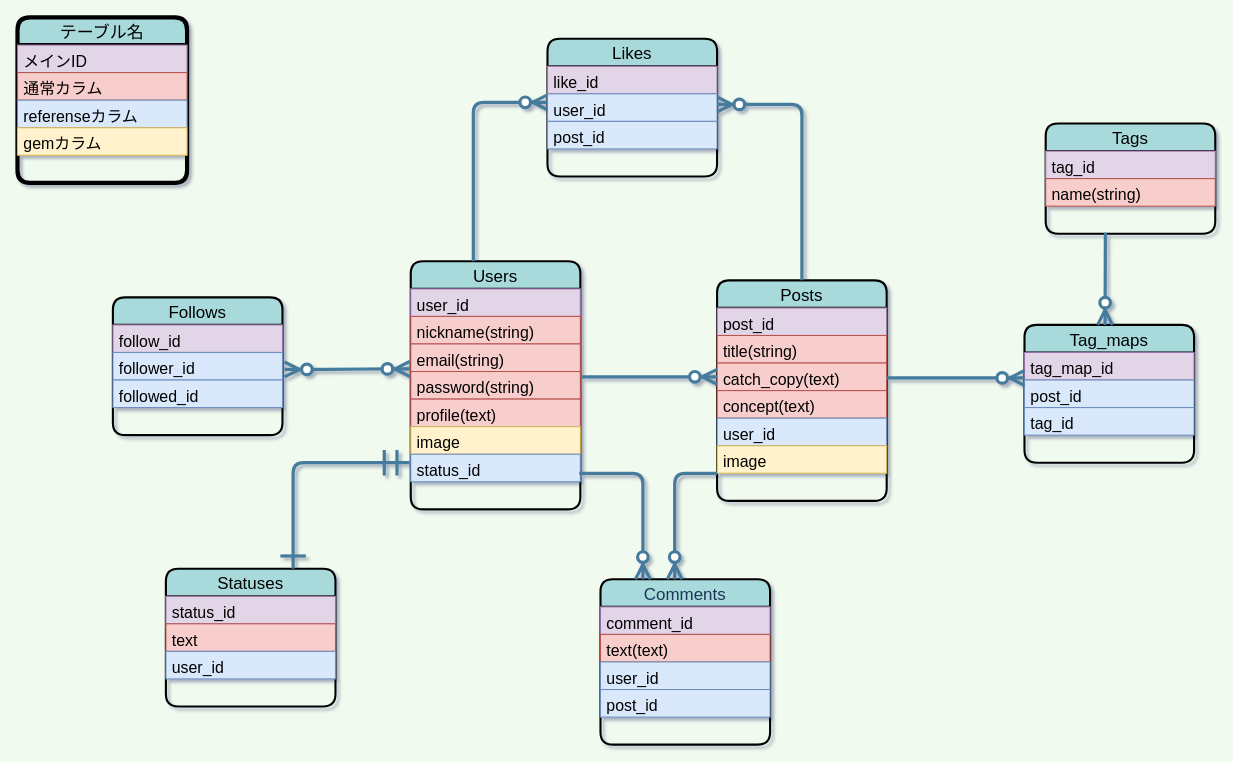
This is ER図.dio from Ryuji-Ichikawa/fit-care-health, a draw.io file, before an edit. Source tidied: cells renumbered, new cells numbered last; positions are measured from the earlier drawing's top-left corner, leaving out a move shared by most shapes. Both pictures are drawn from the tidied source at 106%, with x=0, y=0 at pixel (17, 17).
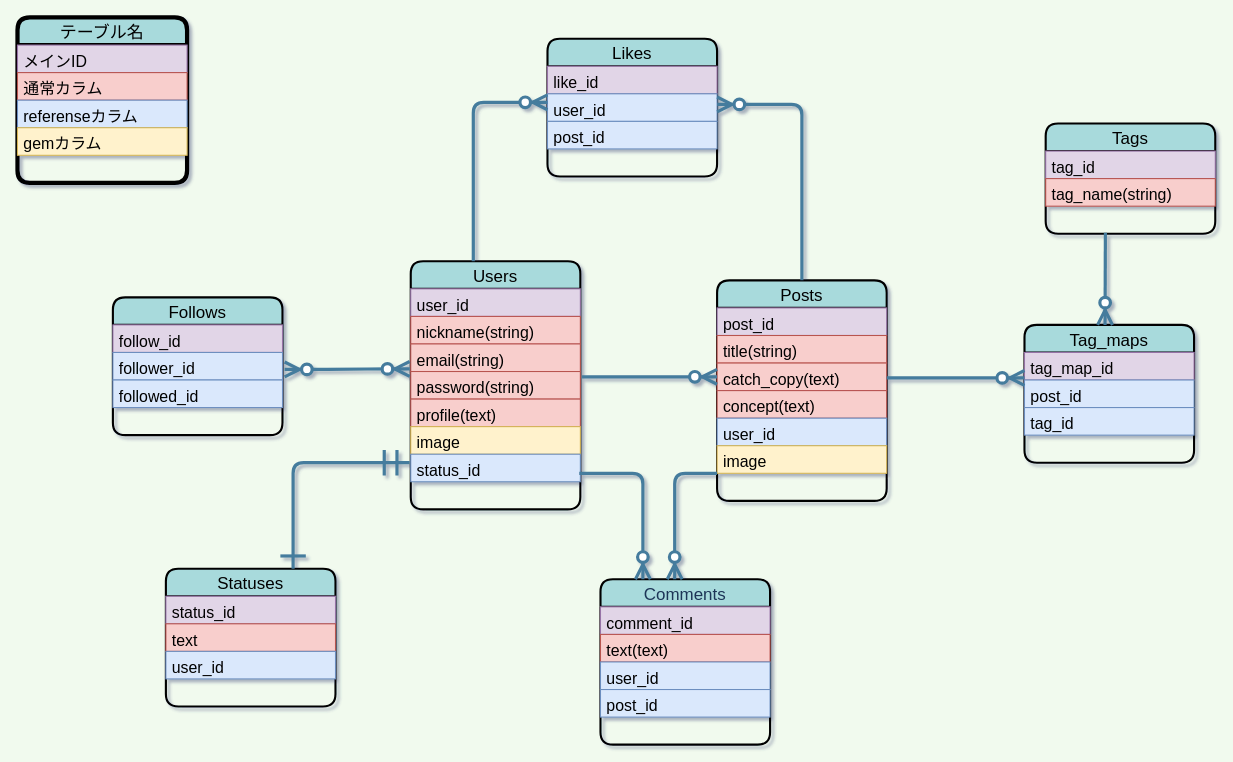
After the change.

Unchanged cells that the change refers to:
```xml
<mxCell id="34" value="Tags" style="swimlane;fontStyle=0;horizontal=1;startSize=26;rounded=1;shadow=0;dashed=0;sketch=0;fontSize=16;strokeWidth=2;fillColor=#A8DADC;fontColor=#000000;strokeColor=#000000;" parent="1" vertex="1">
  <mxGeometry x="970" y="100" width="160" height="104" as="geometry" />
</mxCell>
```

The edit, as a diff of the source:
```diff
@@
-    <mxCell id="36" value="name(string)" style="text;strokeColor=#b85450;fillColor=#f8cecc;align=left;verticalAlign=top;spacingLeft=4;spacingRight=4;overflow=hidden;fontColor=#000000;fontSize=15;" parent="34" vertex="1">
+    <mxCell id="36" value="tag_name(string)" style="text;strokeColor=#b85450;fillColor=#f8cecc;align=left;verticalAlign=top;spacingLeft=4;spacingRight=4;overflow=hidden;fontColor=#000000;fontSize=15;" parent="34" vertex="1">
       <mxGeometry y="52" width="160" height="26" as="geometry" />
     </mxCell>
```
